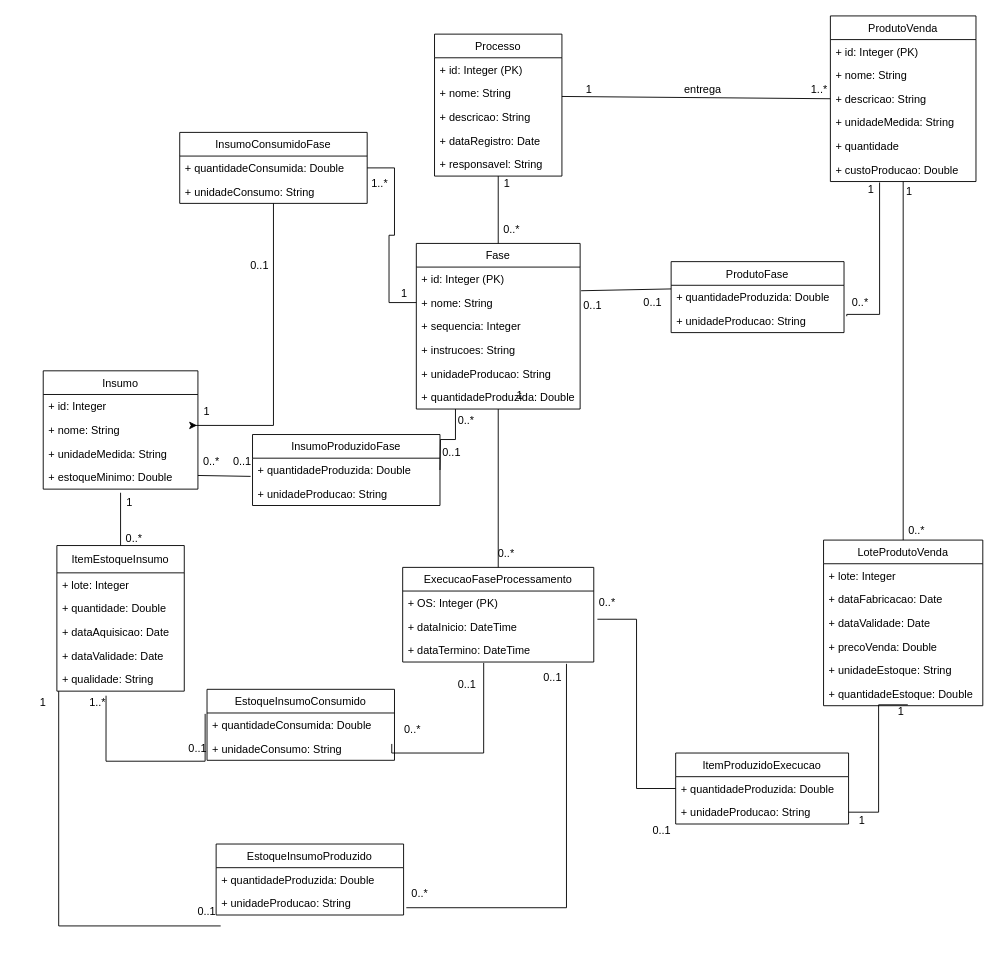
This is Diagrama de classes - modelo elaborado.drawio from ifeitosa/projeto-web, a draw.io file, before an edit. Source tidied: cells renumbered, new cells numbered last; positions are measured from the earlier drawing's top-left corner, leaving out a move shared by most shapes. Both pictures are drawn from the tidied source at 91%, with x=0, y=0 at pixel (15, 15).
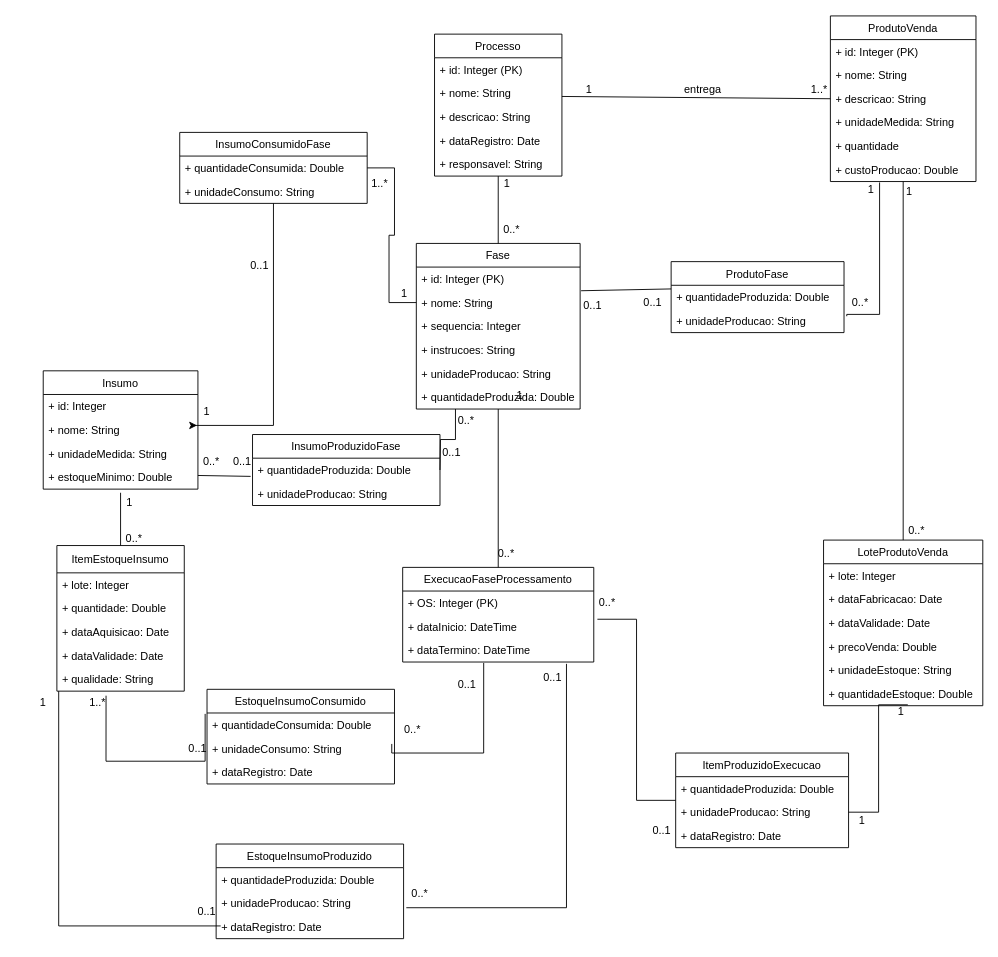
Above is the later version.

What changed in the source:
```diff
@@
     <mxCell id="92" value="EstoqueInsumoConsumido" style="swimlane;fontStyle=0;horizontal=1;startSize=26;fillColor=none;" parent="1" vertex="1">
-      <mxGeometry x="210" y="740" width="206" height="78" as="geometry" />
+      <mxGeometry x="210" y="740" width="206" height="104" as="geometry" />
     </mxCell>
@@
+    <mxCell id="115" value="+ dataRegistro: Date" style="text;strokeColor=none;fillColor=none;align=left;verticalAlign=top;spacingLeft=4;spacingRight=4;overflow=hidden;" parent="92" vertex="1">
+      <mxGeometry y="78" width="206" height="26" as="geometry" />
+    </mxCell>
@@
     <mxCell id="97" value="EstoqueInsumoProduzido" style="swimlane;fontStyle=0;horizontal=1;startSize=26;fillColor=none;" parent="1" vertex="1">
-      <mxGeometry x="220" y="910" width="206" height="78" as="geometry" />
+      <mxGeometry x="220" y="910" width="206" height="104" as="geometry" />
     </mxCell>
@@
+    <mxCell id="116" value="+ dataRegistro: Date" style="text;strokeColor=none;fillColor=none;align=left;verticalAlign=top;spacingLeft=4;spacingRight=4;overflow=hidden;" parent="97" vertex="1">
+      <mxGeometry y="78" width="206" height="26" as="geometry" />
+    </mxCell>
@@
     <mxCell id="106" value="ItemProduzidoExecucao" style="swimlane;fontStyle=0;horizontal=1;startSize=26;fillColor=none;" parent="1" vertex="1">
-      <mxGeometry x="725" y="810" width="190" height="78" as="geometry" />
+      <mxGeometry x="725" y="810" width="190" height="104" as="geometry" />
     </mxCell>
@@
+    <mxCell id="117" value="+ dataRegistro: Date" style="text;strokeColor=none;fillColor=none;align=left;verticalAlign=top;spacingLeft=4;spacingRight=4;overflow=hidden;" parent="106" vertex="1">
+      <mxGeometry y="78" width="190" height="26" as="geometry" />
+    </mxCell>
```
